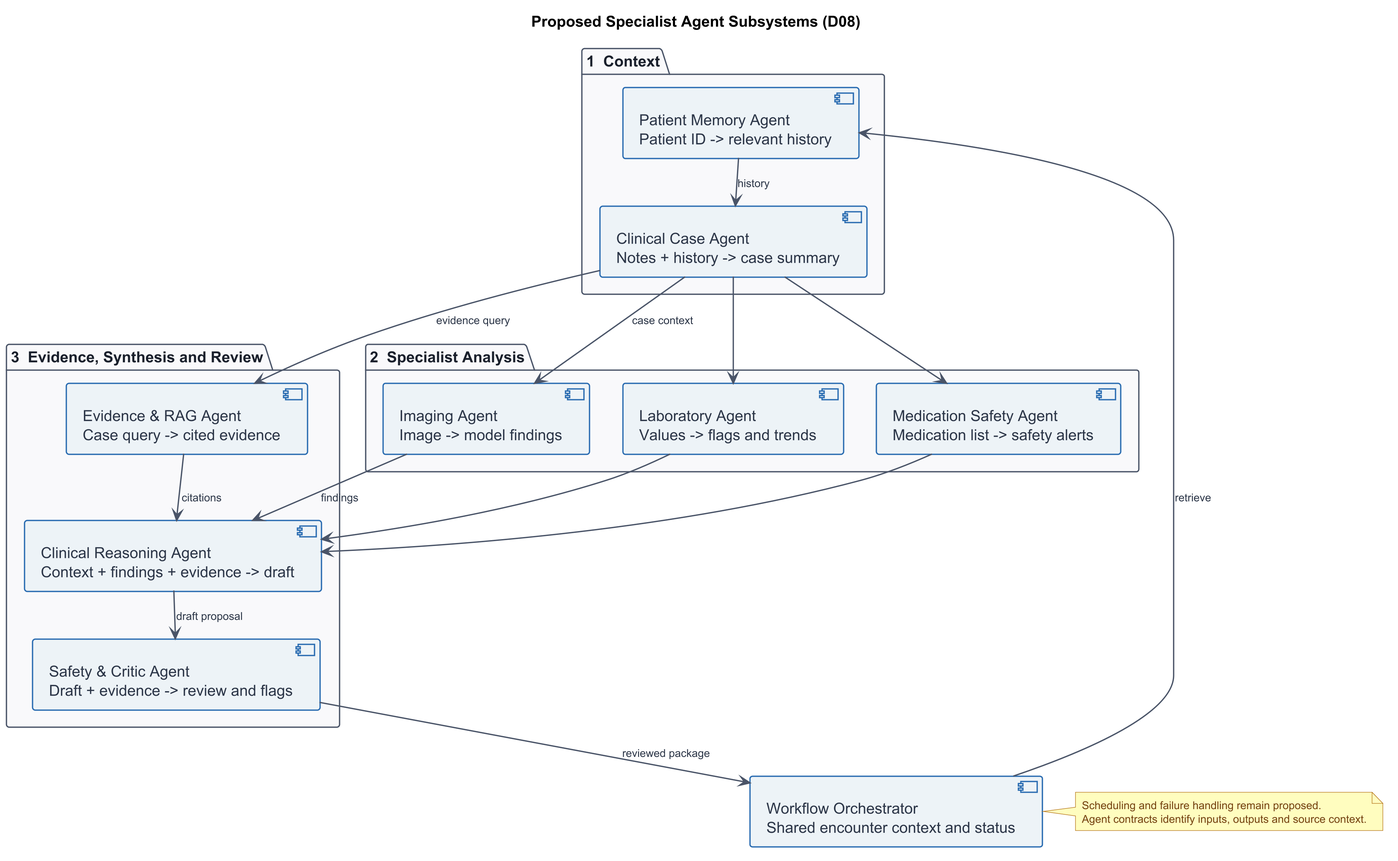
Earlier version of the PlantUML export Report template/Figures/esha_D08_agent_subsystems.png (fatimamalik2307/fyp-report).
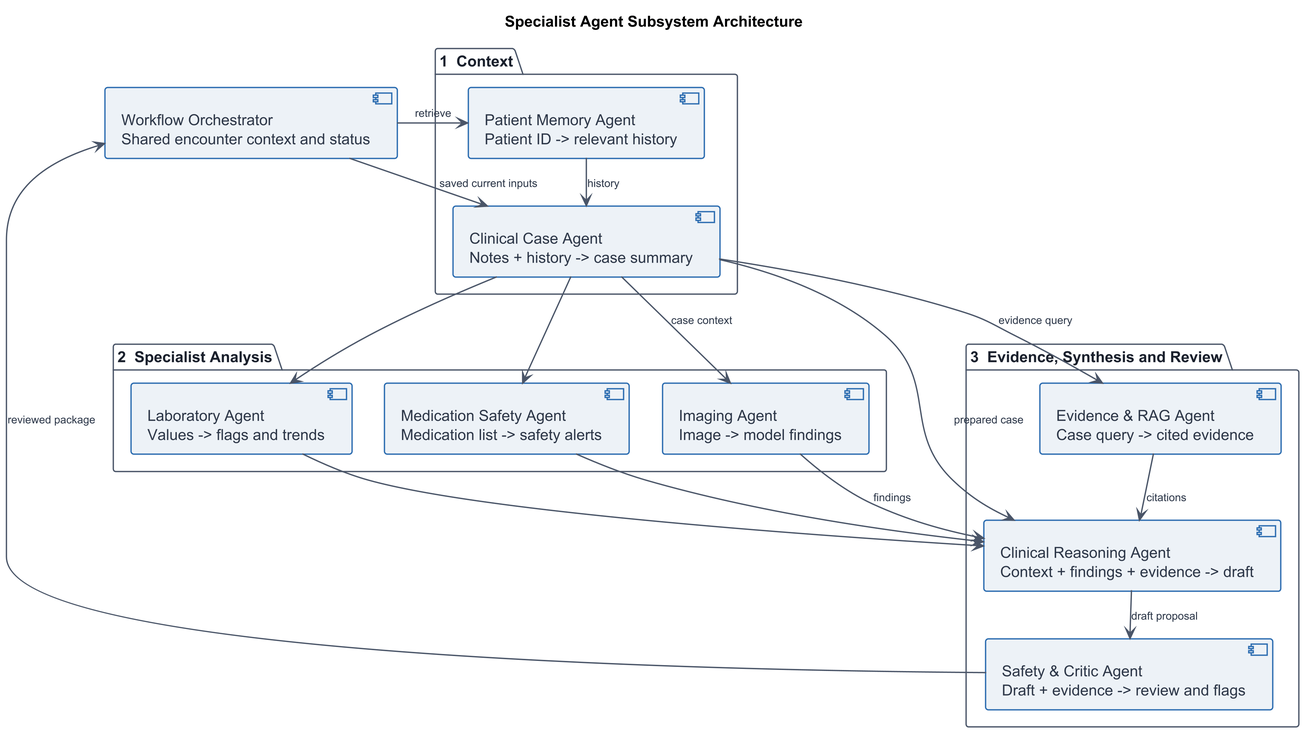
Above is the later version.

The edit, as a diff of the source:
```diff
@@ -37,7 +37,7 @@
     FontSize 10
 }
 
-title Proposed Specialist Agent Subsystems (D08)
+title Specialist Agent Subsystem Architecture
 
 component [Workflow Orchestrator\nShared encounter context and status] as Engine
 
@@ -59,6 +59,8 @@
 }
 
 Engine --> PMAgent : retrieve
+Engine --> CCAgent : saved current inputs
+CCAgent --> ReasoningAgent : prepared case
 PMAgent --> CCAgent : history
 CCAgent --> ImgAgent : case context
 CCAgent --> LabAgent
@@ -71,9 +73,4 @@
 ReasoningAgent --> CriticAgent : draft proposal
 CriticAgent --> Engine : reviewed package
 
-note right of Engine
-  Scheduling and failure handling remain proposed.
-  Agent contracts identify inputs, outputs and source context.
-end note
-
 @enduml
```
